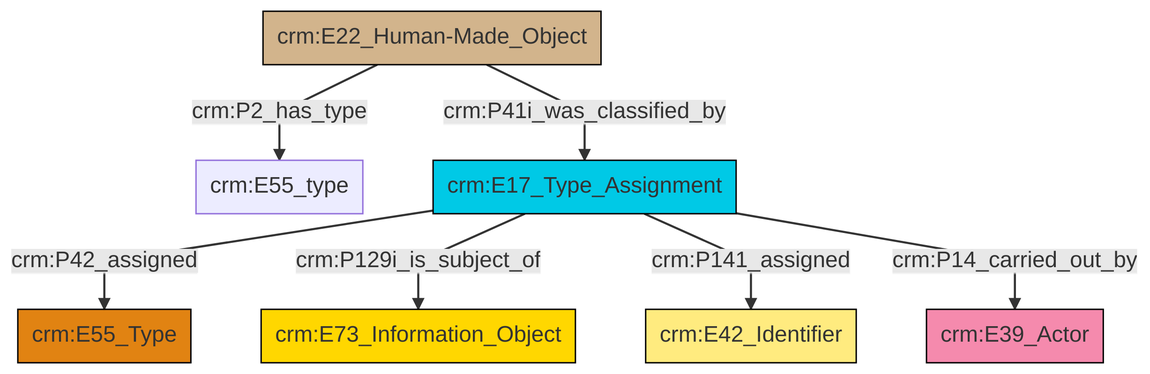
This is et/builtWorkCSV/ttl/mmd/png/Built_Work_designation_status.png from swiss-art-research-net/docs.swissartresearch, a Mermaid export, as it was before one commit. Its source is kept beside it as et/builtWorkCSV/ttl/mmd/Built_Work_designation_status.ttl.mmd.
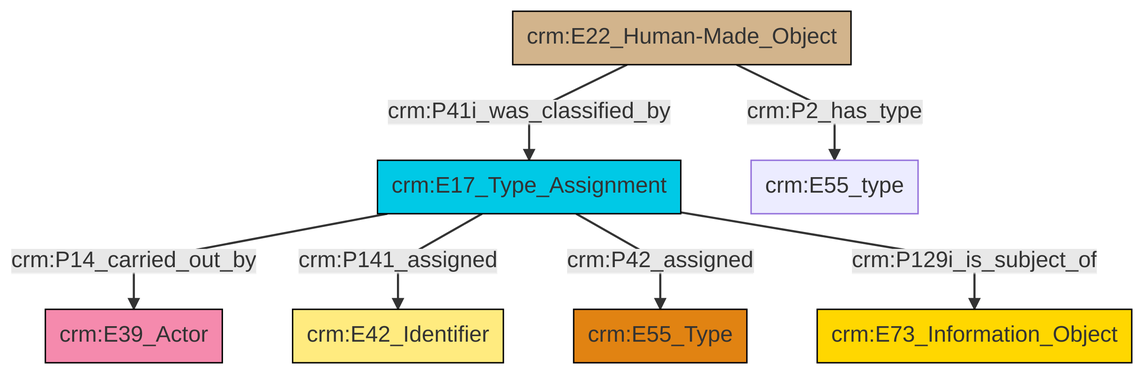
The same diagram one commit later.

Change to the diagram source:
```diff
@@ -13,9 +13,9 @@
 classDef PC_Classes fill:#4ce600, stroke:#000000;
 classDef Multi fill:#cccccc,stroke:#000000;
 
-2["crm:E17_Type_Assignment"]:::Temporal_Entity -->|crm:P42_assigned| 3["crm:E55_Type"]:::Type
-2["crm:E17_Type_Assignment"]:::Temporal_Entity -->|crm:P129i_is_subject_of| 4["crm:E73_Information_Object"]:::Conceptual_Object
-2["crm:E17_Type_Assignment"]:::Temporal_Entity -->|crm:P141_assigned| 9["crm:E42_Identifier"]:::Appellation
-7["crm:E22_Human-Made_Object"]:::Physical_Thing -->|crm:P41i_was_classified_by| 2["crm:E17_Type_Assignment"]:::Temporal_Entity
-2["crm:E17_Type_Assignment"]:::Temporal_Entity -->|crm:P14_carried_out_by| 12["crm:E39_Actor"]:::Actor
-7["crm:E22_Human-Made_Object"]:::Physical_Thing -->|crm:P2_has_type| 0["crm:E55_type"]:::Default
+4["crm:E17_Type_Assignment"]:::Temporal_Entity -->|crm:P14_carried_out_by| 0["crm:E39_Actor"]:::Actor
+6["crm:E22_Human-Made_Object"]:::Physical_Thing -->|crm:P41i_was_classified_by| 4["crm:E17_Type_Assignment"]:::Temporal_Entity
+4["crm:E17_Type_Assignment"]:::Temporal_Entity -->|crm:P141_assigned| 10["crm:E42_Identifier"]:::Appellation
+4["crm:E17_Type_Assignment"]:::Temporal_Entity -->|crm:P42_assigned| 2["crm:E55_Type"]:::Type
+6["crm:E22_Human-Made_Object"]:::Physical_Thing -->|crm:P2_has_type| 12["crm:E55_type"]:::Default
+4["crm:E17_Type_Assignment"]:::Temporal_Entity -->|crm:P129i_is_subject_of| 8["crm:E73_Information_Object"]:::Conceptual_Object
```
